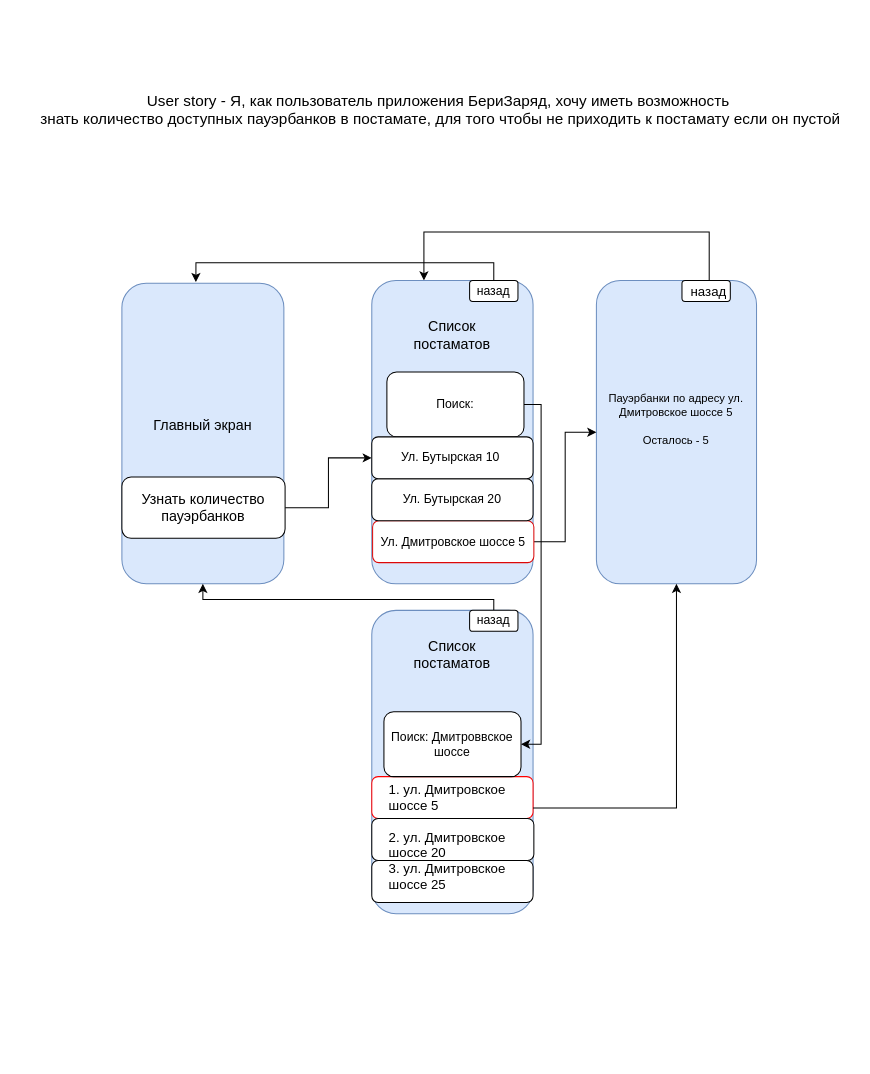
Before: page "макет" (1 of 3) of Latyshev_Alexandr/business_requirements/BPMN.drawio in abdullahproff/BSA21_1, a draw.io diagram. Source tidied: cells renumbered, new cells numbered last; positions are measured from the earlier drawing's top-left corner, leaving out a move shared by most shapes. Both pictures are drawn from the tidied source at 102%, with x=0, y=0 at pixel (27, 84).
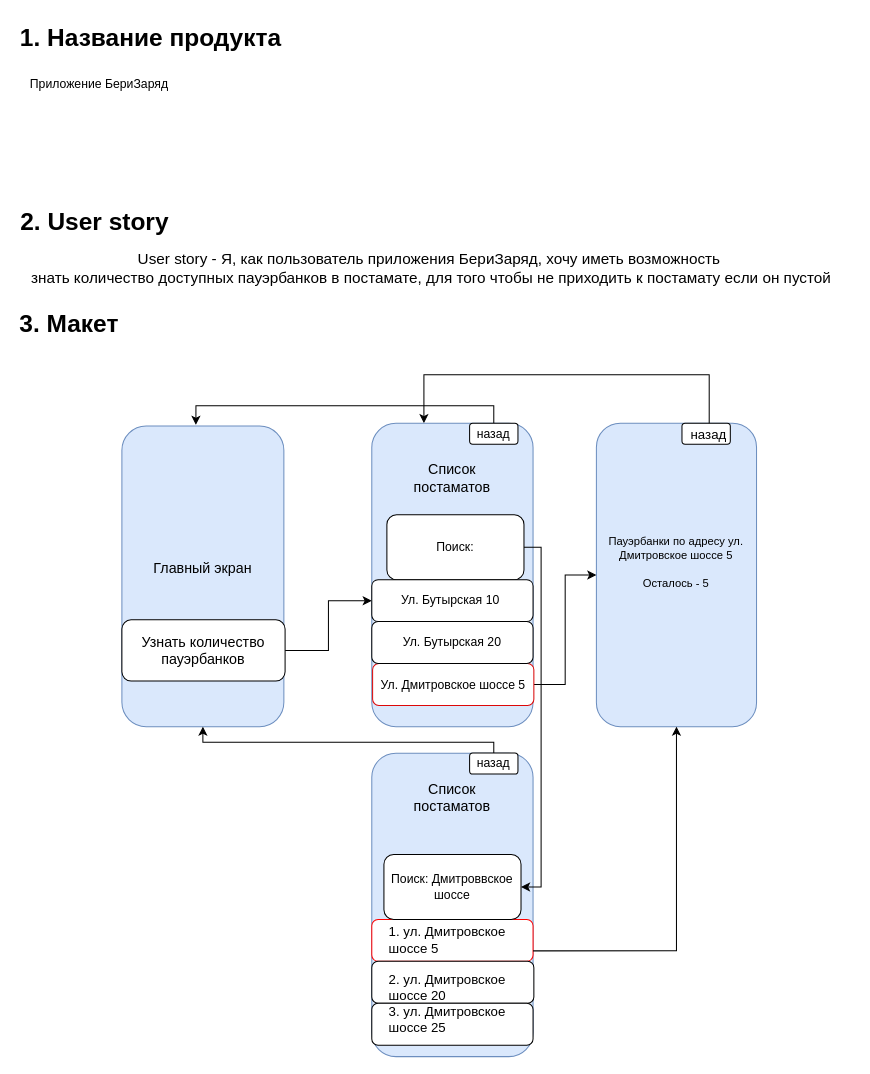
The same diagram, later.

The edit, as a diff of the source:
```diff
@@
     <mxCell id="2" value="&lt;font style=&quot;font-size: 15px;&quot;&gt;User story -&amp;nbsp;Я, как пользователь приложения БериЗаряд, хочу иметь возможность&amp;nbsp;&lt;/font&gt;&lt;div style=&quot;font-size: 15px;&quot;&gt;&lt;font style=&quot;font-size: 15px;&quot;&gt;знать количество доступных пауэрбанков в постамате, для того чтобы не приходить к постамату если он пустой&lt;/font&gt;&lt;/div&gt;" style="text;html=1;align=center;verticalAlign=middle;strokeColor=none;fillColor=none;" parent="1" vertex="1">
-      <mxGeometry width="810" height="50" as="geometry" />
+      <mxGeometry x="-9" y="155" width="810" height="50" as="geometry" />
     </mxCell>
@@
     <mxCell id="4" style="group;" parent="1" vertex="1">
-      <mxGeometry x="93" y="145" width="622.2" height="668.3" as="geometry" />
+      <mxGeometry x="93" y="285" width="622.2" height="668.3" as="geometry" />
     </mxCell>
@@
+    <mxCell id="32" value="1. Название продукта" style="text;strokeColor=none;fillColor=none;html=1;fontSize=24;fontStyle=1;verticalAlign=middle;align=center;" parent="1" vertex="1">
+      <mxGeometry x="-9" y="-65" width="260" height="40" as="geometry" />
+    </mxCell>
+    <mxCell id="33" value="Приложение БериЗаряд" style="text;html=1;align=center;verticalAlign=middle;whiteSpace=wrap;rounded=0;" parent="1" vertex="1">
+      <mxGeometry x="-9" y="-15" width="160" height="30" as="geometry" />
+    </mxCell>
+    <mxCell id="34" value="2. User story" style="text;strokeColor=none;fillColor=none;html=1;fontSize=24;fontStyle=1;verticalAlign=middle;align=center;" parent="1" vertex="1">
+      <mxGeometry x="-9" y="115" width="150" height="40" as="geometry" />
+    </mxCell>
+    <mxCell id="35" value="3. Макет" style="text;strokeColor=none;fillColor=none;html=1;fontSize=24;fontStyle=1;verticalAlign=middle;align=center;" parent="1" vertex="1">
+      <mxGeometry x="-9" y="215" width="100" height="40" as="geometry" />
+    </mxCell>
```
